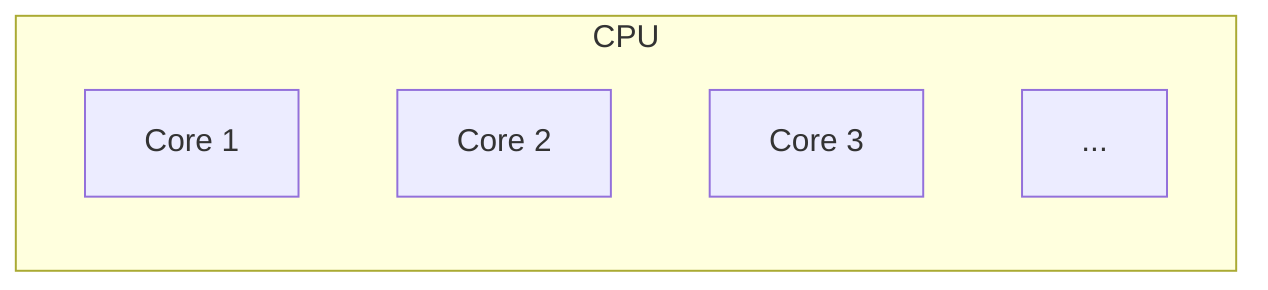
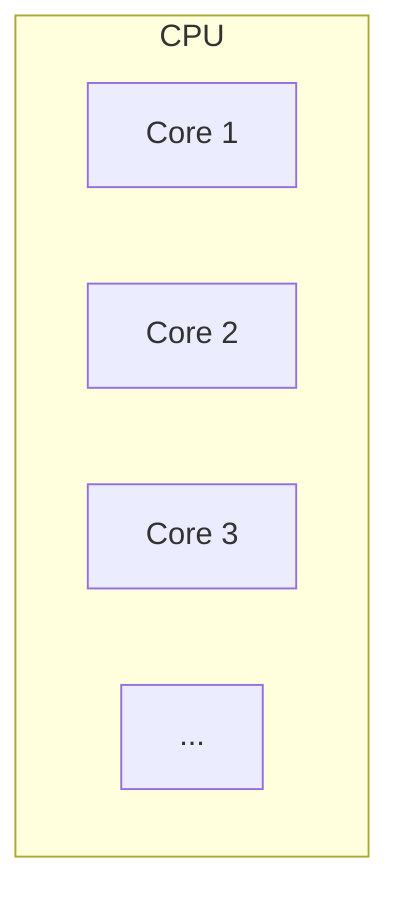
graph LR
    subgraph CPU
+         direction LR
        Core1[Core 1]
        Core2[Core 2]
        Core3[Core 3]
        More[...]
    end